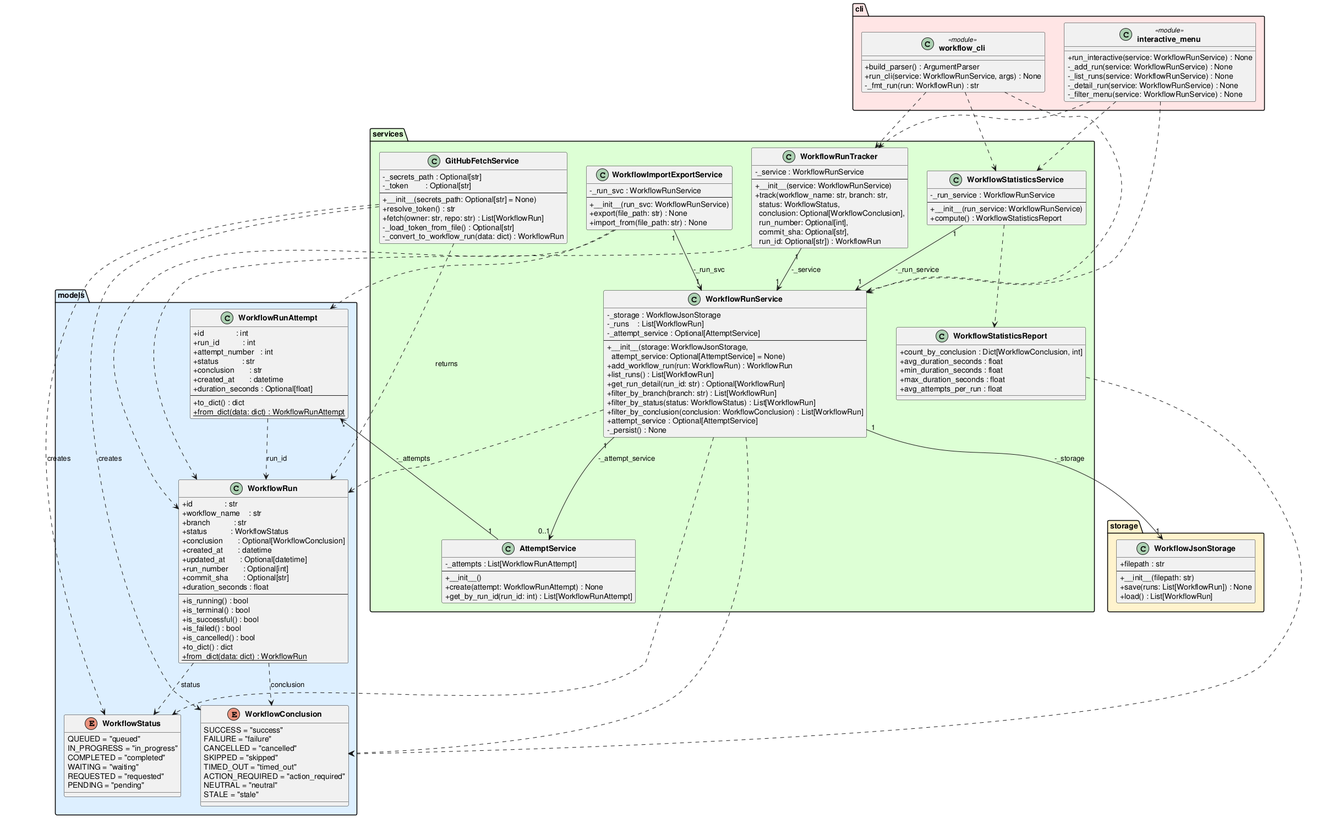
Earlier version of the PlantUML export experiments/broadcast/test_driven/github-workflow-manager/artifacts/class_diagram.png (DanielRiha8906/Software_autoevolution_using_agents).
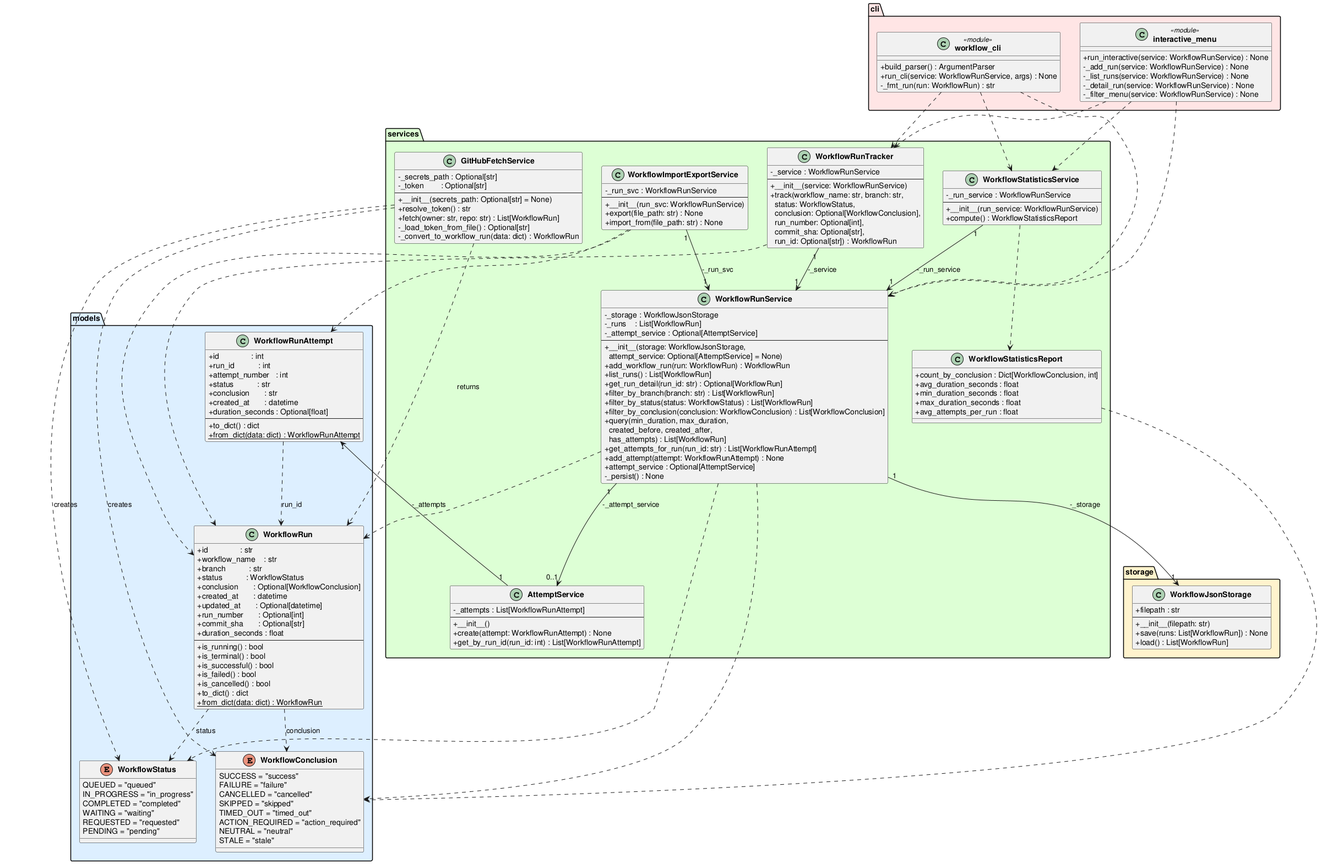
Above is the later version.

What changed in the source:
```diff
@@ -92,7 +92,10 @@
         +get_run_detail(run_id: str) : Optional[WorkflowRun]
         +filter_by_branch(branch: str) : List[WorkflowRun]
         +filter_by_status(status: WorkflowStatus) : List[WorkflowRun]
-        +filter_by_conclusion(conclusion: WorkflowConclusion) : List[WorkflowRun]
+        +filter_by_conclusion(conclusion: WorkflowConclusion) : List[WorkflowConclusion]
+        +query(min_duration, max_duration,\n  created_before, created_after,\n  has_attempts) : List[WorkflowRun]
+        +get_attempts_for_run(run_id: str) : List[WorkflowRunAttempt]
+        +add_attempt(attempt: WorkflowRunAttempt) : None
         +attempt_service : Optional[AttemptService]
         -_persist() : None
     }
```
